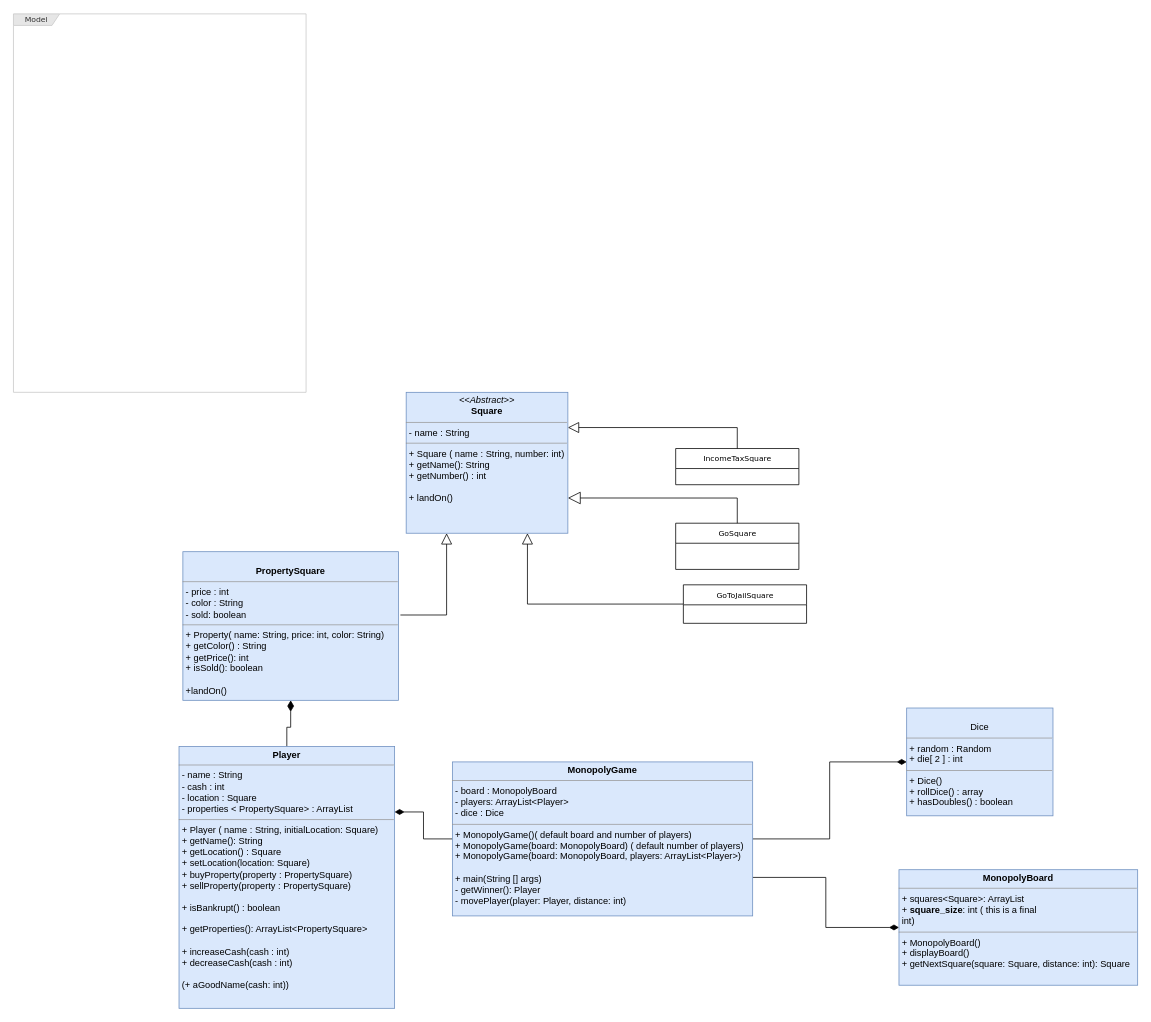
Earlier version of the draw.io diagram out/production/Monopoly-Game/UML and Sequence Diagrams/uml.drawio (SYSC-3110-Monopoly-Game/Monopoly-Game). Source tidied: cells renumbered, new cells numbered last; positions are measured from the earlier drawing's top-left corner, leaving out a move shared by most shapes. Both pictures are drawn from the tidied source at 77%, with x=0, y=0 at pixel (13, 13).
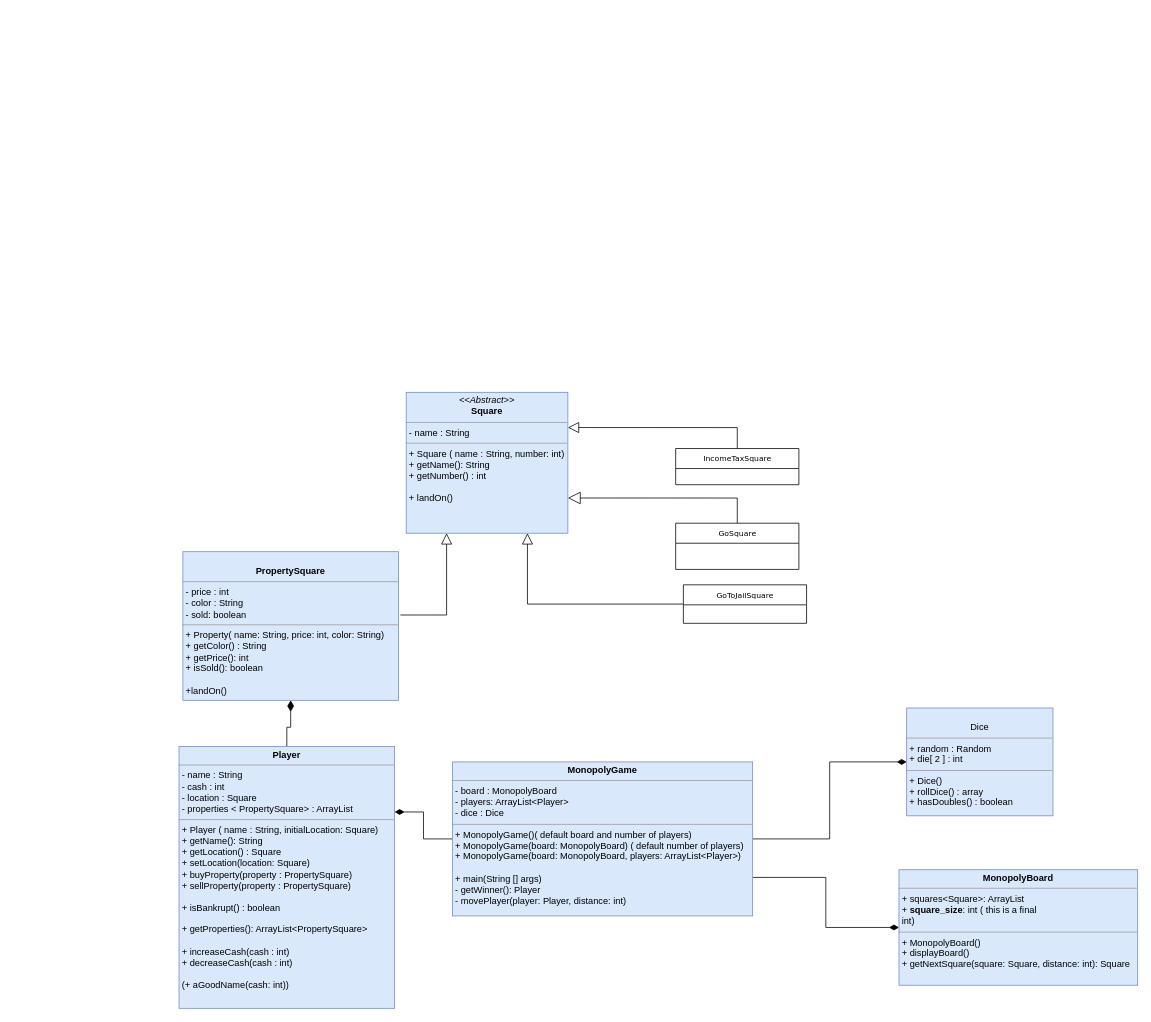
After the change.

The edit, as a diff of the source:
```diff
@@
 <mxGraphModel>
   <root>
     <mxCell id="0" />
     <mxCell id="1" parent="0" />
-    <mxCell id="2" value="Model" style="shape=umlFrame;whiteSpace=wrap;html=1;rounded=0;shadow=0;comic=0;labelBackgroundColor=none;strokeWidth=1;fontFamily=Verdana;fontSize=10;align=center;fillColor=#E6E6E6;fontColor=#333333;strokeColor=#C9C9C9;width=60;height=15;" parent="1" vertex="1">
-      <mxGeometry y="0.5" width="380" height="491.5" as="geometry" />
-    </mxCell>
     <mxCell id="3" style="edgeStyle=orthogonalEdgeStyle;rounded=0;jettySize=auto;html=1;exitX=0.5;exitY=0;exitDx=0;exitDy=0;entryX=1;entryY=0.75;entryDx=0;entryDy=0;endArrow=block;endFill=0;startSize=12;endSize=14;" parent="1" edge="1" source="4" target="9">
       <mxGeometry relative="1" as="geometry" />
     </mxCell>
     <mxCell id="4" value="GoSquare" style="swimlane;html=1;fontStyle=0;horizontal=1;startSize=26;fillColor=none;swimlaneFillColor=#ffffff;rounded=0;shadow=0;comic=0;labelBackgroundColor=none;strokeWidth=1;fontFamily=Verdana;fontSize=10;align=center;" parent="1" vertex="1">
       <mxGeometry x="860" y="662" width="160" height="60" as="geometry" />
     </mxCell>
     <mxCell id="5" style="edgeStyle=orthogonalEdgeStyle;rounded=0;jettySize=auto;html=1;exitX=1.009;exitY=0.426;exitDx=0;exitDy=0;entryX=0.25;entryY=1;entryDx=0;entryDy=0;endArrow=block;endFill=0;endSize=12;exitPerimeter=0;" parent="1" edge="1" source="19" target="9">
       <mxGeometry relative="1" as="geometry" />
     </mxCell>
     <mxCell id="6" style="edgeStyle=orthogonalEdgeStyle;rounded=0;jettySize=auto;html=1;endArrow=none;endFill=0;startSize=12;endSize=12;startArrow=diamondThin;startFill=1;exitX=0.5;exitY=1;exitDx=0;exitDy=0;" parent="1" edge="1" source="19" target="18">
       <mxGeometry relative="1" as="geometry" />
     </mxCell>
     <mxCell id="7" value="&lt;p style=&quot;margin: 0px ; margin-top: 4px ; text-align: center&quot;&gt;&lt;br&gt;Dice&lt;/p&gt;&lt;hr size=&quot;1&quot;&gt;&lt;p style=&quot;margin: 0px ; margin-left: 4px&quot;&gt;+ random : Random&lt;br&gt;+ die[ 2 ] : int&lt;/p&gt;&lt;hr size=&quot;1&quot;&gt;&lt;p style=&quot;margin: 0px ; margin-left: 4px&quot;&gt;+ Dice()&amp;nbsp;&lt;br&gt;+ rollDice() : array&lt;/p&gt;&lt;p style=&quot;margin: 0px ; margin-left: 4px&quot;&gt;+ hasDoubles() : boolean&lt;/p&gt;" style="verticalAlign=top;align=left;overflow=fill;fontSize=12;fontFamily=Helvetica;html=1;rounded=0;shadow=0;comic=0;labelBackgroundColor=none;strokeWidth=1;fillColor=#dae8fc;strokeColor=#6c8ebf;" parent="1" vertex="1">
       <mxGeometry x="1160" y="902" width="190" height="140" as="geometry" />
     </mxCell>
     <mxCell id="8" value="&lt;p style=&quot;margin: 0px ; margin-top: 4px ; text-align: center&quot;&gt;&lt;b&gt;MonopolyBoard&lt;/b&gt;&lt;/p&gt;&lt;hr size=&quot;1&quot;&gt;&lt;p style=&quot;margin: 0px ; margin-left: 4px&quot;&gt;+ squares&amp;lt;Square&amp;gt;: ArrayList&lt;br&gt;+ &lt;b&gt;square_size&lt;/b&gt;: int ( this is a final&lt;/p&gt;&lt;p style=&quot;margin: 0px ; margin-left: 4px&quot;&gt;int)&lt;/p&gt;&lt;hr size=&quot;1&quot;&gt;&lt;p style=&quot;margin: 0px ; margin-left: 4px&quot;&gt;+ MonopolyBoard()&lt;/p&gt;&lt;p style=&quot;margin: 0px ; margin-left: 4px&quot;&gt;+ displayBoard()&lt;/p&gt;&lt;p style=&quot;margin: 0px ; margin-left: 4px&quot;&gt;+ getNextSquare(square: Square, distance: int): Square&lt;/p&gt;" style="verticalAlign=top;align=left;overflow=fill;fontSize=12;fontFamily=Helvetica;html=1;rounded=0;shadow=0;comic=0;labelBackgroundColor=none;strokeWidth=1;fillColor=#dae8fc;strokeColor=#6c8ebf;" parent="1" vertex="1">
       <mxGeometry x="1150" y="1112" width="310" height="150" as="geometry" />
     </mxCell>
     <mxCell id="9" value="&lt;p style=&quot;margin: 0px ; margin-top: 4px ; text-align: center&quot;&gt;&lt;i&gt;&amp;lt;&amp;lt;Abstract&amp;gt;&amp;gt;&lt;/i&gt;&lt;br&gt;&lt;b&gt;Square&lt;/b&gt;&lt;/p&gt;&lt;hr size=&quot;1&quot;&gt;&lt;p style=&quot;margin: 0px ; margin-left: 4px&quot;&gt;- name : String&lt;br&gt;&lt;/p&gt;&lt;hr size=&quot;1&quot;&gt;&lt;p style=&quot;margin: 0px ; margin-left: 4px&quot;&gt;+ Square ( name : String, number: int)&lt;br&gt;+ getName(): String&lt;/p&gt;&lt;p style=&quot;margin: 0px ; margin-left: 4px&quot;&gt;+ getNumber() : int&lt;/p&gt;&lt;p style=&quot;margin: 0px ; margin-left: 4px&quot;&gt;&lt;br&gt;&lt;/p&gt;&lt;p style=&quot;margin: 0px ; margin-left: 4px&quot;&gt;+ landOn()&lt;/p&gt;&lt;p style=&quot;margin: 0px ; margin-left: 4px&quot;&gt;&lt;br&gt;&lt;/p&gt;" style="verticalAlign=top;align=left;overflow=fill;fontSize=12;fontFamily=Helvetica;html=1;rounded=0;shadow=0;comic=0;labelBackgroundColor=none;strokeWidth=1;fillColor=#dae8fc;strokeColor=#6c8ebf;" parent="1" vertex="1">
       <mxGeometry x="510" y="492" width="210" height="183" as="geometry" />
     </mxCell>
     <mxCell id="10" style="edgeStyle=orthogonalEdgeStyle;rounded=0;jettySize=auto;html=1;entryX=0;entryY=0.5;entryDx=0;entryDy=0;endArrow=diamondThin;endFill=1;startSize=10;endSize=10;" parent="1" edge="1" source="13" target="7">
       <mxGeometry relative="1" as="geometry" />
     </mxCell>
     <mxCell id="11" style="edgeStyle=orthogonalEdgeStyle;rounded=0;jettySize=auto;html=1;exitX=1;exitY=0.75;exitDx=0;exitDy=0;entryX=0;entryY=0.5;entryDx=0;entryDy=0;endArrow=diamondThin;endFill=1;startSize=10;endSize=10;" parent="1" edge="1" source="13" target="8">
       <mxGeometry relative="1" as="geometry" />
     </mxCell>
     <mxCell id="12" style="edgeStyle=orthogonalEdgeStyle;rounded=0;jettySize=auto;html=1;exitX=0;exitY=0.5;exitDx=0;exitDy=0;entryX=1;entryY=0.25;entryDx=0;entryDy=0;endArrow=diamondThin;endFill=1;startSize=10;endSize=10;" parent="1" edge="1" source="13" target="18">
       <mxGeometry relative="1" as="geometry" />
     </mxCell>
     <mxCell id="13" value="&lt;p style=&quot;margin: 0px ; margin-top: 4px ; text-align: center&quot;&gt;&lt;b&gt;MonopolyGame&lt;/b&gt;&lt;/p&gt;&lt;hr size=&quot;1&quot;&gt;&lt;p style=&quot;margin: 0px ; margin-left: 4px&quot;&gt;- board : MonopolyBoard&lt;br&gt;- players: ArrayList&amp;lt;Player&amp;gt;&lt;/p&gt;&lt;p style=&quot;margin: 0px ; margin-left: 4px&quot;&gt;- dice : Dice&lt;/p&gt;&lt;hr size=&quot;1&quot;&gt;&lt;p style=&quot;margin: 0px ; margin-left: 4px&quot;&gt;+ MonopolyGame()( default board and number of players)&lt;br&gt;&lt;/p&gt;&lt;p style=&quot;margin: 0px ; margin-left: 4px&quot;&gt;+ MonopolyGame(board: MonopolyBoard) ( default number of players)&lt;/p&gt;&lt;p style=&quot;margin: 0px ; margin-left: 4px&quot;&gt;+ MonopolyGame(board: MonopolyBoard, players: ArrayList&amp;lt;Player&amp;gt;&lt;span&gt;)&lt;/span&gt;&lt;/p&gt;&lt;p style=&quot;margin: 0px ; margin-left: 4px&quot;&gt;&lt;br&gt;&lt;/p&gt;&lt;p style=&quot;margin: 0px ; margin-left: 4px&quot;&gt;+ main(String [] args)&lt;/p&gt;&lt;p style=&quot;margin: 0px ; margin-left: 4px&quot;&gt;- getWinner(): Player&lt;/p&gt;&lt;p style=&quot;margin: 0px ; margin-left: 4px&quot;&gt;- movePlayer(player: Player, distance: int)&lt;/p&gt;" style="verticalAlign=top;align=left;overflow=fill;fontSize=12;fontFamily=Helvetica;html=1;rounded=0;shadow=0;comic=0;labelBackgroundColor=none;strokeWidth=1;fillColor=#dae8fc;strokeColor=#6c8ebf;" parent="1" vertex="1">
       <mxGeometry x="570" y="972" width="390" height="200" as="geometry" />
     </mxCell>
     <mxCell id="14" style="edgeStyle=orthogonalEdgeStyle;rounded=0;jettySize=auto;html=1;exitX=0;exitY=0.5;exitDx=0;exitDy=0;entryX=0.75;entryY=1;entryDx=0;entryDy=0;endArrow=block;endFill=0;startSize=12;endSize=12;" parent="1" edge="1" source="15" target="9">
       <mxGeometry relative="1" as="geometry" />
     </mxCell>
     <mxCell id="15" value="GoToJailSquare" style="swimlane;html=1;fontStyle=0;horizontal=1;startSize=26;fillColor=none;swimlaneFillColor=#ffffff;rounded=0;shadow=0;comic=0;labelBackgroundColor=none;strokeWidth=1;fontFamily=Verdana;fontSize=10;align=center;" parent="1" vertex="1">
       <mxGeometry x="870" y="742" width="160" height="50" as="geometry" />
     </mxCell>
     <mxCell id="16" value="IncomeTaxSquare" style="swimlane;html=1;fontStyle=0;horizontal=1;startSize=26;fillColor=none;swimlaneFillColor=#ffffff;rounded=0;shadow=0;comic=0;labelBackgroundColor=none;strokeWidth=1;fontFamily=Verdana;fontSize=10;align=center;" parent="1" vertex="1">
       <mxGeometry x="860" y="565" width="160" height="47" as="geometry" />
     </mxCell>
     <mxCell id="17" style="edgeStyle=orthogonalEdgeStyle;rounded=0;jettySize=auto;html=1;exitX=0.5;exitY=0;exitDx=0;exitDy=0;entryX=1;entryY=0.25;entryDx=0;entryDy=0;endArrow=block;endFill=0;startSize=12;endSize=12;" parent="1" edge="1" source="16" target="9">
       <mxGeometry relative="1" as="geometry" />
     </mxCell>
     <mxCell id="18" value="&lt;p style=&quot;margin: 0px ; margin-top: 4px ; text-align: center&quot;&gt;&lt;b&gt;Player&lt;/b&gt;&lt;/p&gt;&lt;hr size=&quot;1&quot;&gt;&lt;p style=&quot;margin: 0px ; margin-left: 4px&quot;&gt;- name : String&lt;br&gt;&lt;/p&gt;&lt;p style=&quot;margin: 0px ; margin-left: 4px&quot;&gt;- cash : int&lt;/p&gt;&lt;p style=&quot;margin: 0px ; margin-left: 4px&quot;&gt;- location : Square&lt;/p&gt;&lt;p style=&quot;margin: 0px ; margin-left: 4px&quot;&gt;- properties &amp;lt; PropertySquare&amp;gt; : ArrayList&lt;/p&gt;&lt;hr size=&quot;1&quot;&gt;&lt;p style=&quot;margin: 0px ; margin-left: 4px&quot;&gt;+ Player ( name : String, initialLocation: Square)&lt;br&gt;+ getName(): String&lt;/p&gt;&lt;p style=&quot;margin: 0px ; margin-left: 4px&quot;&gt;+ getLocation() : Square&lt;/p&gt;&lt;p style=&quot;margin: 0px ; margin-left: 4px&quot;&gt;+ setLocation(location: Square)&lt;/p&gt;&lt;p style=&quot;margin: 0px ; margin-left: 4px&quot;&gt;+ buyProperty(property : PropertySquare)&lt;/p&gt;&lt;p style=&quot;margin: 0px ; margin-left: 4px&quot;&gt;+ sellProperty(property : PropertySquare)&lt;/p&gt;&lt;p style=&quot;margin: 0px ; margin-left: 4px&quot;&gt;&lt;br&gt;&lt;/p&gt;&lt;p style=&quot;margin: 0px ; margin-left: 4px&quot;&gt;+ isBankrupt() : boolean&lt;/p&gt;&lt;p style=&quot;margin: 0px ; margin-left: 4px&quot;&gt;&lt;br&gt;&lt;/p&gt;&lt;p style=&quot;margin: 0px ; margin-left: 4px&quot;&gt;+ getProperties(): ArrayList&amp;lt;PropertySquare&amp;gt;&lt;/p&gt;&lt;p style=&quot;margin: 0px ; margin-left: 4px&quot;&gt;&lt;br&gt;&lt;/p&gt;&lt;p style=&quot;margin: 0px ; margin-left: 4px&quot;&gt;+ increaseCash(cash : int)&lt;/p&gt;&lt;p style=&quot;margin: 0px ; margin-left: 4px&quot;&gt;+ decreaseCash(cash : int)&lt;/p&gt;&lt;p style=&quot;margin: 0px ; margin-left: 4px&quot;&gt;&lt;br&gt;&lt;/p&gt;&lt;p style=&quot;margin: 0px ; margin-left: 4px&quot;&gt;(+ aGoodName(cash: int))&lt;/p&gt;&lt;p style=&quot;margin: 0px ; margin-left: 4px&quot;&gt;&lt;br&gt;&lt;/p&gt;" style="verticalAlign=top;align=left;overflow=fill;fontSize=12;fontFamily=Helvetica;html=1;rounded=0;shadow=0;comic=0;labelBackgroundColor=none;strokeWidth=1;fillColor=#dae8fc;strokeColor=#6c8ebf;" parent="1" vertex="1">
       <mxGeometry x="215" y="952" width="280" height="340" as="geometry" />
     </mxCell>
     <mxCell id="19" value="&lt;p style=&quot;margin: 0px ; margin-top: 4px ; text-align: center&quot;&gt;&lt;br&gt;&lt;b&gt;PropertySquare&lt;/b&gt;&lt;/p&gt;&lt;hr size=&quot;1&quot;&gt;&lt;p style=&quot;margin: 0px ; margin-left: 4px&quot;&gt;- price : int&lt;br&gt;&lt;/p&gt;&lt;p style=&quot;margin: 0px ; margin-left: 4px&quot;&gt;- color : String&lt;/p&gt;&lt;p style=&quot;margin: 0px ; margin-left: 4px&quot;&gt;- sold: boolean&lt;/p&gt;&lt;hr size=&quot;1&quot;&gt;&lt;p style=&quot;margin: 0px ; margin-left: 4px&quot;&gt;+ Property( name: String, price: int, color: String)&lt;/p&gt;&lt;p style=&quot;margin: 0px ; margin-left: 4px&quot;&gt;+ getColor() : String&lt;/p&gt;&lt;p style=&quot;margin: 0px ; margin-left: 4px&quot;&gt;+ getPrice(): int&lt;/p&gt;&lt;p style=&quot;margin: 0px ; margin-left: 4px&quot;&gt;+ isSold(): boolean&lt;/p&gt;&lt;p style=&quot;margin: 0px ; margin-left: 4px&quot;&gt;&lt;br&gt;&lt;/p&gt;&lt;p style=&quot;margin: 0px ; margin-left: 4px&quot;&gt;+landOn()&lt;/p&gt;&lt;p style=&quot;margin: 0px ; margin-left: 4px&quot;&gt;&lt;br&gt;&lt;/p&gt;" style="verticalAlign=top;align=left;overflow=fill;fontSize=12;fontFamily=Helvetica;html=1;rounded=0;shadow=0;comic=0;labelBackgroundColor=none;strokeWidth=1;fillColor=#dae8fc;strokeColor=#6c8ebf;" parent="1" vertex="1">
       <mxGeometry x="220" y="699" width="280" height="193" as="geometry" />
     </mxCell>
   </root>
 </mxGraphModel>
```
